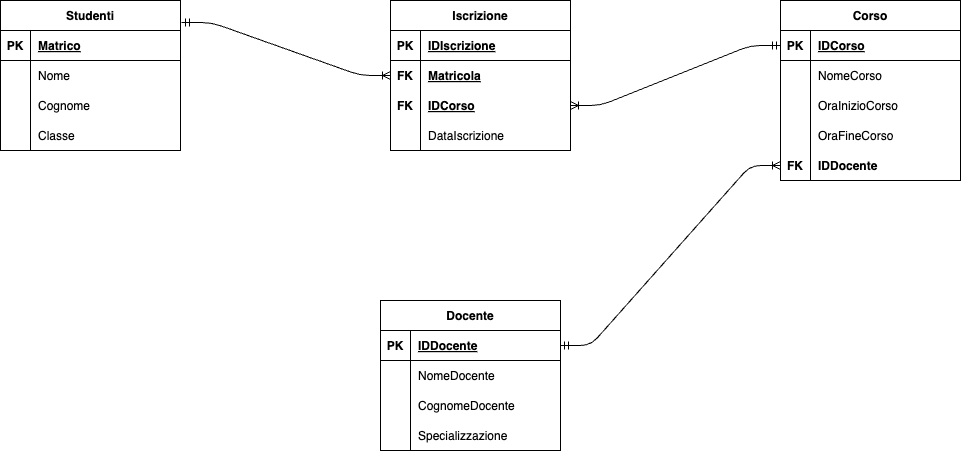
FrancescoGobbi/Didattica_GalileoGalilei_Ostiglia keeps this draw.io diagram as AS_2024_2025/5IA_Informatica/Lezioni/Esercizi_ModellazioneConcettuale/Esercizio05/ModelloLogico05.png. Above is the earlier version. Source tidied: cells renumbered, new cells last; positions are measured from the earlier drawing's top-left corner, leaving out a move shared by most shapes.
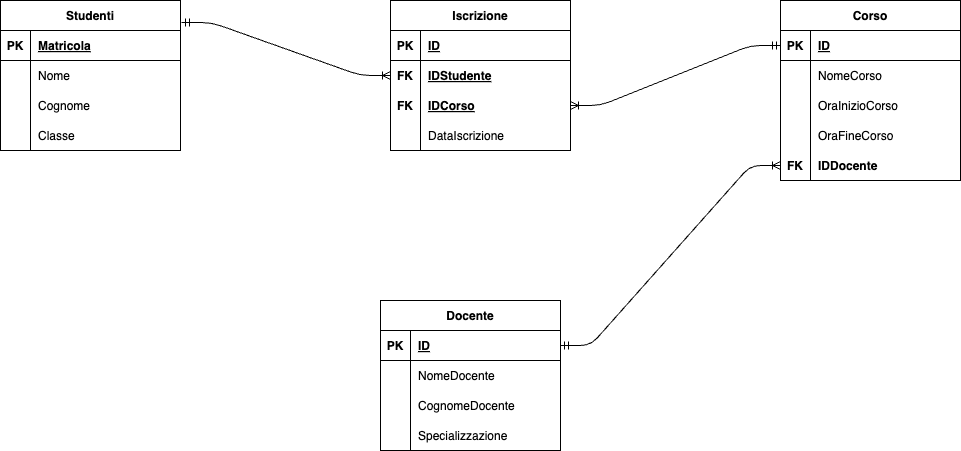
Later version of the same file.

Diff of the diagram source:
```diff
@@ -11,7 +11,7 @@
     <mxCell id="4" value="PK" style="shape=partialRectangle;fillColor=none;top=0;left=0;bottom=0;right=0;fontStyle=1;overflow=hidden;" parent="3" vertex="1">
       <mxGeometry width="30" height="30" as="geometry" />
     </mxCell>
-    <mxCell id="5" value="Matrico" style="shape=partialRectangle;fillColor=none;top=0;left=0;bottom=0;right=0;align=left;spacingLeft=6;fontStyle=5;overflow=hidden;" parent="3" vertex="1">
+    <mxCell id="5" value="Matricola" style="shape=partialRectangle;fillColor=none;top=0;left=0;bottom=0;right=0;align=left;spacingLeft=6;fontStyle=5;overflow=hidden;" parent="3" vertex="1">
       <mxGeometry x="30" width="150" height="30" as="geometry" />
     </mxCell>
     <mxCell id="6" style="shape=tableRow;horizontal=0;startSize=0;swimlaneHead=0;swimlaneBody=0;fillColor=none;top=0;left=0;right=0;bottom=0;" parent="2" vertex="1">
@@ -50,7 +50,7 @@
     <mxCell id="17" value="PK" style="shape=partialRectangle;fillColor=none;top=0;left=0;bottom=0;right=0;fontStyle=1;overflow=hidden;" parent="16" vertex="1">
       <mxGeometry width="30" height="30" as="geometry" />
     </mxCell>
-    <mxCell id="18" value="IDIscrizione" style="shape=partialRectangle;fillColor=none;top=0;left=0;bottom=0;right=0;align=left;spacingLeft=6;fontStyle=5;overflow=hidden;" parent="16" vertex="1">
+    <mxCell id="18" value="ID" style="shape=partialRectangle;fillColor=none;top=0;left=0;bottom=0;right=0;align=left;spacingLeft=6;fontStyle=5;overflow=hidden;" parent="16" vertex="1">
       <mxGeometry x="30" width="150" height="30" as="geometry" />
     </mxCell>
     <mxCell id="19" style="shape=tableRow;horizontal=0;startSize=0;swimlaneHead=0;swimlaneBody=0;fillColor=none;points=[[0,0.5],[1,0.5]];portConstraint=eastwest;top=0;left=0;right=0;bottom=0;" parent="15" vertex="1">
@@ -59,7 +59,7 @@
     <mxCell id="20" value="FK" style="shape=partialRectangle;fillColor=none;top=0;left=0;bottom=0;right=0;overflow=hidden;fontStyle=1;" parent="19" vertex="1">
       <mxGeometry width="30" height="30" as="geometry" />
     </mxCell>
-    <mxCell id="21" value="Matricola" style="shape=partialRectangle;fillColor=none;top=0;left=0;bottom=0;right=0;align=left;spacingLeft=6;overflow=hidden;fontStyle=5;" parent="19" vertex="1">
+    <mxCell id="21" value="IDStudente" style="shape=partialRectangle;fillColor=none;top=0;left=0;bottom=0;right=0;align=left;spacingLeft=6;overflow=hidden;fontStyle=5;" parent="19" vertex="1">
       <mxGeometry x="30" width="150" height="30" as="geometry" />
     </mxCell>
     <mxCell id="22" style="shape=tableRow;horizontal=0;startSize=0;swimlaneHead=0;swimlaneBody=0;fillColor=none;points=[[0,0.5],[1,0.5]];portConstraint=eastwest;top=0;left=0;right=0;bottom=0;" parent="15" vertex="1">
@@ -89,7 +89,7 @@
     <mxCell id="30" value="PK" style="shape=partialRectangle;fillColor=none;top=0;left=0;bottom=0;right=0;fontStyle=1;overflow=hidden;" parent="29" vertex="1">
       <mxGeometry width="30" height="30" as="geometry" />
     </mxCell>
-    <mxCell id="31" value="IDCorso" style="shape=partialRectangle;fillColor=none;top=0;left=0;bottom=0;right=0;align=left;spacingLeft=6;fontStyle=5;overflow=hidden;" parent="29" vertex="1">
+    <mxCell id="31" value="ID" style="shape=partialRectangle;fillColor=none;top=0;left=0;bottom=0;right=0;align=left;spacingLeft=6;fontStyle=5;overflow=hidden;" parent="29" vertex="1">
       <mxGeometry x="30" width="150" height="30" as="geometry" />
     </mxCell>
     <mxCell id="32" style="shape=tableRow;horizontal=0;startSize=0;swimlaneHead=0;swimlaneBody=0;fillColor=none;top=0;left=0;right=0;bottom=0;" parent="28" vertex="1">
@@ -143,7 +143,7 @@
     <mxCell id="48" value="PK" style="shape=partialRectangle;fillColor=none;top=0;left=0;bottom=0;right=0;fontStyle=1;overflow=hidden;" parent="47" vertex="1">
       <mxGeometry width="30" height="30" as="geometry" />
     </mxCell>
-    <mxCell id="49" value="IDDocente" style="shape=partialRectangle;fillColor=none;top=0;left=0;bottom=0;right=0;align=left;spacingLeft=6;fontStyle=5;overflow=hidden;" parent="47" vertex="1">
+    <mxCell id="49" value="ID" style="shape=partialRectangle;fillColor=none;top=0;left=0;bottom=0;right=0;align=left;spacingLeft=6;fontStyle=5;overflow=hidden;" parent="47" vertex="1">
       <mxGeometry x="30" width="150" height="30" as="geometry" />
     </mxCell>
     <mxCell id="50" style="shape=tableRow;horizontal=0;startSize=0;swimlaneHead=0;swimlaneBody=0;fillColor=none;top=0;left=0;right=0;bottom=0;" parent="46" vertex="1">
```
